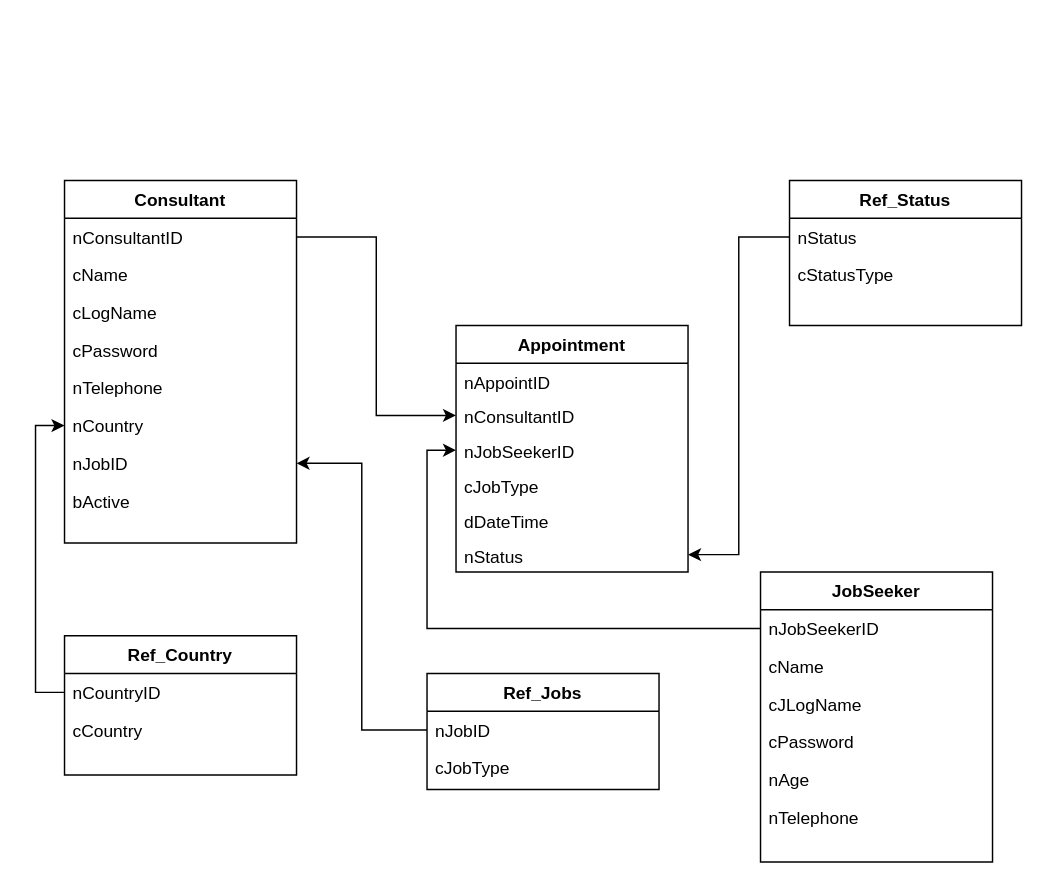
Before: page "Table Design" (2 of 3) of Untitled Diagram.drawio in danujaysl/CourseworkADPRG, a draw.io diagram. Source tidied: cells renumbered, new cells numbered last; positions are measured from the earlier drawing's top-left corner, leaving out a move shared by most shapes. Both pictures are drawn from the tidied source at 145%, with x=0, y=0 at pixel (64, 180).
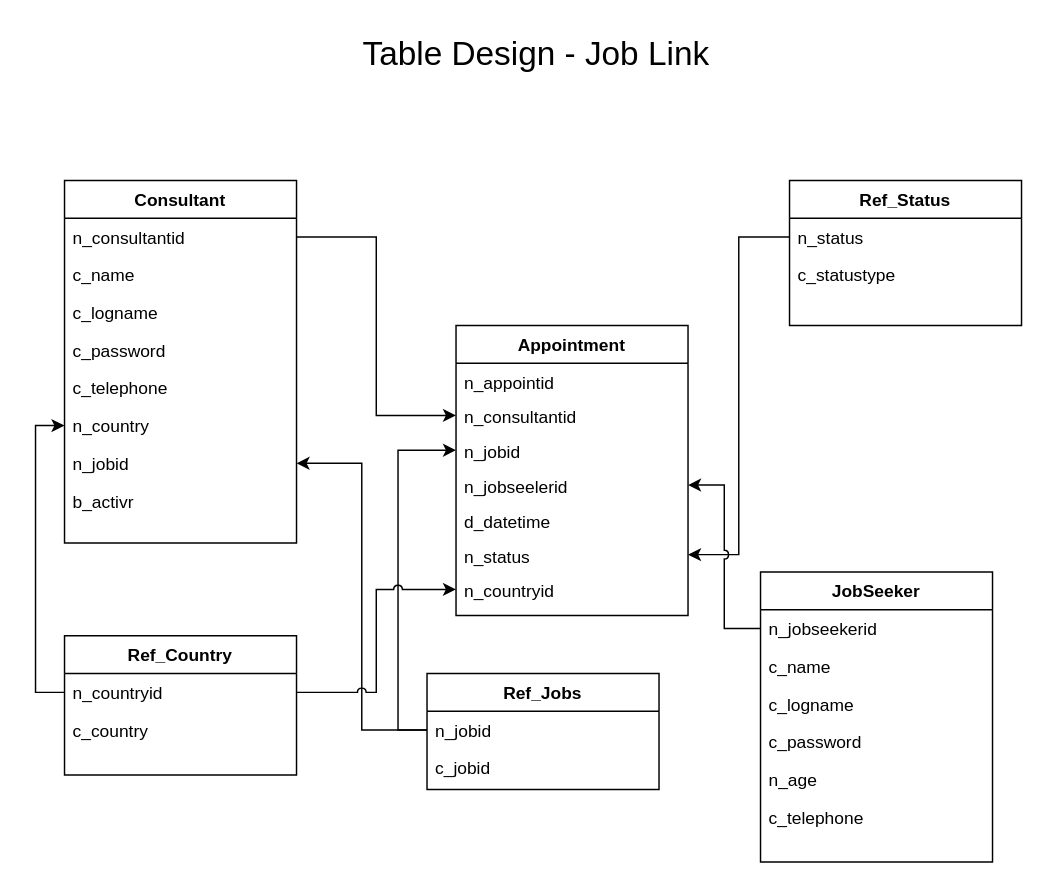
The same diagram, later.

Unchanged cells that the change refers to:
```xml
<mxCell id="2" value="Consultant&#10;" style="swimlane;fontStyle=1;align=center;verticalAlign=top;horizontal=1;startSize=26;rounded=0;shadow=0;strokeWidth=1;" parent="1" vertex="1">
  <mxGeometry width="160" height="250" as="geometry" />
</mxCell>
<mxCell id="11" value="JobSeeker&#10;" style="swimlane;fontStyle=1;align=center;verticalAlign=top;horizontal=1;startSize=26;rounded=0;shadow=0;strokeWidth=1;" parent="1" vertex="1">
  <mxGeometry x="480" y="270" width="160" height="200" as="geometry" />
</mxCell>
<mxCell id="18" value="Ref_Status" style="swimlane;fontStyle=1;align=center;verticalAlign=top;horizontal=1;startSize=26;rounded=0;shadow=0;strokeWidth=1;" parent="1" vertex="1">
  <mxGeometry x="500" width="160" height="100" as="geometry" />
</mxCell>
<mxCell id="31" value="Ref_Country" style="swimlane;fontStyle=1;align=center;verticalAlign=top;horizontal=1;startSize=26;rounded=0;shadow=0;strokeWidth=1;" parent="1" vertex="1">
  <mxGeometry y="314" width="160" height="96" as="geometry" />
</mxCell>
<mxCell id="35" value="Ref_Jobs" style="swimlane;fontStyle=1;align=center;verticalAlign=top;horizontal=1;startSize=26;rounded=0;shadow=0;strokeWidth=1;" parent="1" vertex="1">
  <mxGeometry x="250" y="340" width="160" height="80" as="geometry" />
</mxCell>
```

What changed in the source:
```diff
@@
-    <mxCell id="3" value="nConsultantID" style="text;align=left;verticalAlign=top;spacingLeft=4;spacingRight=4;overflow=hidden;points=[[0,0.5,0,0,0],[1,0.5,0,0,0]];portConstraint=eastwest;" parent="2" vertex="1">
+    <mxCell id="3" value="n_consultantid    " style="text;align=left;verticalAlign=top;spacingLeft=4;spacingRight=4;overflow=hidden;points=[[0,0.5,0,0,0],[1,0.5,0,0,0]];portConstraint=eastwest;" parent="2" vertex="1">
       <mxGeometry y="26" width="160" height="26" as="geometry" />
     </mxCell>
-    <mxCell id="4" value="cName" style="text;align=left;verticalAlign=top;spacingLeft=4;spacingRight=4;overflow=hidden;rounded=0;shadow=0;html=0;" parent="2" vertex="1">
+    <mxCell id="4" value="c_name" style="text;align=left;verticalAlign=top;spacingLeft=4;spacingRight=4;overflow=hidden;rounded=0;shadow=0;html=0;" parent="2" vertex="1">
       <mxGeometry y="52" width="160" height="26" as="geometry" />
     </mxCell>
-    <mxCell id="5" value="cLogName" style="text;align=left;verticalAlign=top;spacingLeft=4;spacingRight=4;overflow=hidden;rounded=0;shadow=0;html=0;" parent="2" vertex="1">
+    <mxCell id="5" value="c_logname" style="text;align=left;verticalAlign=top;spacingLeft=4;spacingRight=4;overflow=hidden;rounded=0;shadow=0;html=0;" parent="2" vertex="1">
       <mxGeometry y="78" width="160" height="26" as="geometry" />
     </mxCell>
-    <mxCell id="6" value="cPassword " style="text;align=left;verticalAlign=top;spacingLeft=4;spacingRight=4;overflow=hidden;rounded=0;shadow=0;html=0;" parent="2" vertex="1">
+    <mxCell id="6" value="c_password" style="text;align=left;verticalAlign=top;spacingLeft=4;spacingRight=4;overflow=hidden;rounded=0;shadow=0;html=0;" parent="2" vertex="1">
       <mxGeometry y="104" width="160" height="26" as="geometry" />
     </mxCell>
-    <mxCell id="7" value="nTelephone" style="text;align=left;verticalAlign=top;spacingLeft=4;spacingRight=4;overflow=hidden;rounded=0;shadow=0;html=0;" parent="2" vertex="1">
+    <mxCell id="7" value="c_telephone" style="text;align=left;verticalAlign=top;spacingLeft=4;spacingRight=4;overflow=hidden;rounded=0;shadow=0;html=0;" parent="2" vertex="1">
       <mxGeometry y="130" width="160" height="26" as="geometry" />
     </mxCell>
-    <mxCell id="8" value="nCountry" style="text;align=left;verticalAlign=top;spacingLeft=4;spacingRight=4;overflow=hidden;points=[[0,0.5],[1,0.5]];portConstraint=eastwest;rounded=0;shadow=0;html=0;" parent="2" vertex="1">
+    <mxCell id="8" value="n_country" style="text;align=left;verticalAlign=top;spacingLeft=4;spacingRight=4;overflow=hidden;points=[[0,0.5],[1,0.5]];portConstraint=eastwest;rounded=0;shadow=0;html=0;" parent="2" vertex="1">
       <mxGeometry y="156" width="160" height="26" as="geometry" />
     </mxCell>
-    <mxCell id="9" value="nJobID" style="text;align=left;verticalAlign=top;spacingLeft=4;spacingRight=4;overflow=hidden;points=[[0,0.5],[1,0.5]];portConstraint=eastwest;rounded=0;shadow=0;html=0;" parent="2" vertex="1">
+    <mxCell id="9" value="n_jobid" style="text;align=left;verticalAlign=top;spacingLeft=4;spacingRight=4;overflow=hidden;points=[[0,0.5],[1,0.5]];portConstraint=eastwest;rounded=0;shadow=0;html=0;" parent="2" vertex="1">
       <mxGeometry y="182" width="160" height="26" as="geometry" />
     </mxCell>
-    <mxCell id="10" value="bActive" style="text;align=left;verticalAlign=top;spacingLeft=4;spacingRight=4;overflow=hidden;rounded=0;shadow=0;html=0;" parent="2" vertex="1">
+    <mxCell id="10" value="b_activr" style="text;align=left;verticalAlign=top;spacingLeft=4;spacingRight=4;overflow=hidden;rounded=0;shadow=0;html=0;" parent="2" vertex="1">
       <mxGeometry y="208" width="160" height="26" as="geometry" />
     </mxCell>
@@
-    <mxCell id="12" value="nJobSeekerID   " style="text;align=left;verticalAlign=top;spacingLeft=4;spacingRight=4;overflow=hidden;points=[[0,0.5],[1,0.5]];portConstraint=eastwest;" parent="11" vertex="1">
+    <mxCell id="12" value="n_jobseekerid" style="text;align=left;verticalAlign=top;spacingLeft=4;spacingRight=4;overflow=hidden;points=[[0,0.5],[1,0.5]];portConstraint=eastwest;" parent="11" vertex="1">
       <mxGeometry y="26" width="160" height="26" as="geometry" />
     </mxCell>
-    <mxCell id="13" value="cName" style="text;align=left;verticalAlign=top;spacingLeft=4;spacingRight=4;overflow=hidden;" parent="11" vertex="1">
+    <mxCell id="13" value="c_name" style="text;align=left;verticalAlign=top;spacingLeft=4;spacingRight=4;overflow=hidden;" parent="11" vertex="1">
       <mxGeometry y="52" width="160" height="26" as="geometry" />
     </mxCell>
-    <mxCell id="14" value="cJLogName   " style="text;align=left;verticalAlign=top;spacingLeft=4;spacingRight=4;overflow=hidden;" parent="11" vertex="1">
+    <mxCell id="14" value="c_logname" style="text;align=left;verticalAlign=top;spacingLeft=4;spacingRight=4;overflow=hidden;" parent="11" vertex="1">
       <mxGeometry y="78" width="160" height="26" as="geometry" />
     </mxCell>
-    <mxCell id="15" value="cPassword" style="text;align=left;verticalAlign=top;spacingLeft=4;spacingRight=4;overflow=hidden;" parent="11" vertex="1">
+    <mxCell id="15" value="c_password" style="text;align=left;verticalAlign=top;spacingLeft=4;spacingRight=4;overflow=hidden;" parent="11" vertex="1">
       <mxGeometry y="104" width="160" height="26" as="geometry" />
     </mxCell>
-    <mxCell id="16" value="nAge" style="text;align=left;verticalAlign=top;spacingLeft=4;spacingRight=4;overflow=hidden;rounded=0;shadow=0;html=0;" parent="11" vertex="1">
+    <mxCell id="16" value="n_age" style="text;align=left;verticalAlign=top;spacingLeft=4;spacingRight=4;overflow=hidden;rounded=0;shadow=0;html=0;" parent="11" vertex="1">
       <mxGeometry y="130" width="160" height="26" as="geometry" />
     </mxCell>
-    <mxCell id="17" value="nTelephone" style="text;align=left;verticalAlign=top;spacingLeft=4;spacingRight=4;overflow=hidden;rounded=0;shadow=0;html=0;" parent="11" vertex="1">
+    <mxCell id="17" value="c_telephone" style="text;align=left;verticalAlign=top;spacingLeft=4;spacingRight=4;overflow=hidden;rounded=0;shadow=0;html=0;" parent="11" vertex="1">
       <mxGeometry y="156" width="160" height="26" as="geometry" />
     </mxCell>
@@
-    <mxCell id="19" value="nStatus" style="text;align=left;verticalAlign=top;spacingLeft=4;spacingRight=4;overflow=hidden;points=[[0,0.5],[1,0.5]];portConstraint=eastwest;" parent="18" vertex="1">
+    <mxCell id="19" value="n_status" style="text;align=left;verticalAlign=top;spacingLeft=4;spacingRight=4;overflow=hidden;points=[[0,0.5],[1,0.5]];portConstraint=eastwest;" parent="18" vertex="1">
       <mxGeometry y="26" width="160" height="26" as="geometry" />
     </mxCell>
-    <mxCell id="20" value="cStatusType" style="text;align=left;verticalAlign=top;spacingLeft=4;spacingRight=4;overflow=hidden;" parent="18" vertex="1">
+    <mxCell id="20" value="c_statustype" style="text;align=left;verticalAlign=top;spacingLeft=4;spacingRight=4;overflow=hidden;" parent="18" vertex="1">
       <mxGeometry y="52" width="160" height="26" as="geometry" />
     </mxCell>
     <mxCell id="21" value="Appointment&#10;" style="swimlane;fontStyle=1;align=center;verticalAlign=top;horizontal=1;startSize=26;rounded=0;shadow=0;strokeWidth=1;" parent="1" vertex="1">
-      <mxGeometry x="270" y="100" width="160" height="170" as="geometry" />
+      <mxGeometry x="270" y="100" width="160" height="200" as="geometry" />
     </mxCell>
-    <mxCell id="22" value="nAppointID" style="text;align=left;verticalAlign=top;spacingLeft=4;spacingRight=4;overflow=hidden;" parent="21" vertex="1">
+    <mxCell id="22" value="n_appointid" style="text;align=left;verticalAlign=top;spacingLeft=4;spacingRight=4;overflow=hidden;" parent="21" vertex="1">
       <mxGeometry y="26" width="160" height="24" as="geometry" />
     </mxCell>
-    <mxCell id="23" value="nConsultantID " style="text;align=left;verticalAlign=top;spacingLeft=4;spacingRight=4;overflow=hidden;points=[[0,0.5],[1,0.5]];portConstraint=eastwest;" parent="21" vertex="1">
+    <mxCell id="23" value="n_consultantid" style="text;align=left;verticalAlign=top;spacingLeft=4;spacingRight=4;overflow=hidden;points=[[0,0.5],[1,0.5]];portConstraint=eastwest;" parent="21" vertex="1">
       <mxGeometry y="50" width="160" height="24" as="geometry" />
     </mxCell>
-    <mxCell id="24" value="nJobSeekerID" style="text;align=left;verticalAlign=top;spacingLeft=4;spacingRight=4;overflow=hidden;points=[[0,0.5],[1,0.5]];portConstraint=eastwest;" parent="21" vertex="1">
+    <mxCell id="24" value="n_jobid" style="text;align=left;verticalAlign=top;spacingLeft=4;spacingRight=4;overflow=hidden;points=[[0,0.5],[1,0.5]];portConstraint=eastwest;" parent="21" vertex="1">
       <mxGeometry y="74" width="160" height="24" as="geometry" />
     </mxCell>
-    <mxCell id="25" value="cJobType" style="text;align=left;verticalAlign=top;spacingLeft=4;spacingRight=4;overflow=hidden;points=[[0,0.5],[1,0.5]];portConstraint=eastwest;" parent="21" vertex="1">
+    <mxCell id="25" value="n_jobseelerid" style="text;align=left;verticalAlign=top;spacingLeft=4;spacingRight=4;overflow=hidden;points=[[0,0.5],[1,0.5]];portConstraint=eastwest;" parent="21" vertex="1">
       <mxGeometry y="98" width="160" height="24" as="geometry" />
     </mxCell>
-    <mxCell id="26" value="dDateTime" style="text;align=left;verticalAlign=top;spacingLeft=4;spacingRight=4;overflow=hidden;" parent="21" vertex="1">
+    <mxCell id="26" value="d_datetime" style="text;align=left;verticalAlign=top;spacingLeft=4;spacingRight=4;overflow=hidden;" parent="21" vertex="1">
       <mxGeometry y="122" width="160" height="24" as="geometry" />
     </mxCell>
-    <mxCell id="27" value="nStatus" style="text;align=left;verticalAlign=top;spacingLeft=4;spacingRight=4;overflow=hidden;points=[[0,0.5],[1,0.5]];portConstraint=eastwest;" parent="21" vertex="1">
+    <mxCell id="27" value="n_status" style="text;align=left;verticalAlign=top;spacingLeft=4;spacingRight=4;overflow=hidden;points=[[0,0.5],[1,0.5]];portConstraint=eastwest;" parent="21" vertex="1">
       <mxGeometry y="146" width="160" height="24" as="geometry" />
     </mxCell>
+    <mxCell id="39" value="n_countryid" style="text;align=left;verticalAlign=top;spacingLeft=4;spacingRight=4;overflow=hidden;points=[[0,0.5],[1,0.5]];portConstraint=eastwest;" parent="21" vertex="1">
+      <mxGeometry y="170" width="160" height="24" as="geometry" />
+    </mxCell>
@@
-    <mxCell id="29" style="edgeStyle=orthogonalEdgeStyle;rounded=0;jettySize=auto;html=1;entryX=0;entryY=0.5;entryDx=0;entryDy=0;" parent="1" edge="1" source="12" target="24">
+    <mxCell id="29" style="edgeStyle=orthogonalEdgeStyle;rounded=0;jettySize=auto;html=1;entryX=0;entryY=0.5;entryDx=0;entryDy=0;exitX=0;exitY=0.5;exitDx=0;exitDy=0;" parent="1" edge="1" source="36" target="24">
       <mxGeometry relative="1" as="geometry" />
     </mxCell>
@@
-    <mxCell id="32" value="nCountryID  " style="text;align=left;verticalAlign=top;spacingLeft=4;spacingRight=4;overflow=hidden;points=[[0,0.5],[1,0.5]];portConstraint=eastwest;" parent="31" vertex="1">
+    <mxCell id="32" value="n_countryid" style="text;align=left;verticalAlign=top;spacingLeft=4;spacingRight=4;overflow=hidden;points=[[0,0.5],[1,0.5]];portConstraint=eastwest;" parent="31" vertex="1">
       <mxGeometry y="26" width="160" height="26" as="geometry" />
     </mxCell>
-    <mxCell id="33" value="cCountry" style="text;align=left;verticalAlign=top;spacingLeft=4;spacingRight=4;overflow=hidden;" parent="31" vertex="1">
+    <mxCell id="33" value="c_country" style="text;align=left;verticalAlign=top;spacingLeft=4;spacingRight=4;overflow=hidden;" parent="31" vertex="1">
       <mxGeometry y="52" width="160" height="26" as="geometry" />
     </mxCell>
@@
-    <mxCell id="36" value="nJobID" style="text;align=left;verticalAlign=top;spacingLeft=4;spacingRight=4;overflow=hidden;points=[[0,0.5],[1,0.5]];portConstraint=eastwest;" parent="35" vertex="1">
+    <mxCell id="36" value="n_jobid" style="text;align=left;verticalAlign=top;spacingLeft=4;spacingRight=4;overflow=hidden;points=[[0,0.5],[1,0.5]];portConstraint=eastwest;" parent="35" vertex="1">
       <mxGeometry y="26" width="160" height="26" as="geometry" />
     </mxCell>
-    <mxCell id="37" value="cJobType" style="text;align=left;verticalAlign=top;spacingLeft=4;spacingRight=4;overflow=hidden;" parent="35" vertex="1">
+    <mxCell id="37" value="c_jobid" style="text;align=left;verticalAlign=top;spacingLeft=4;spacingRight=4;overflow=hidden;" parent="35" vertex="1">
       <mxGeometry y="52" width="160" height="26" as="geometry" />
     </mxCell>
@@
+    <mxCell id="40" style="edgeStyle=orthogonalEdgeStyle;rounded=0;jettySize=auto;html=1;jumpStyle=arc;" parent="1" edge="1" source="32" target="39">
+      <mxGeometry relative="1" as="geometry" />
+    </mxCell>
+    <mxCell id="41" style="edgeStyle=orthogonalEdgeStyle;rounded=0;jettySize=auto;html=1;entryX=1;entryY=0.5;entryDx=0;entryDy=0;jumpStyle=arc;" parent="1" edge="1" source="12" target="25">
+      <mxGeometry relative="1" as="geometry" />
+    </mxCell>
+    <mxCell id="42" value="&lt;font style=&quot;font-size: 23px;&quot;&gt;Table Design - Job Link&lt;/font&gt;" style="text;html=1;align=center;verticalAlign=middle;strokeColor=none;fillColor=none;" parent="1" vertex="1">
+      <mxGeometry x="195" y="-107" width="260" height="40" as="geometry" />
+    </mxCell>
```
